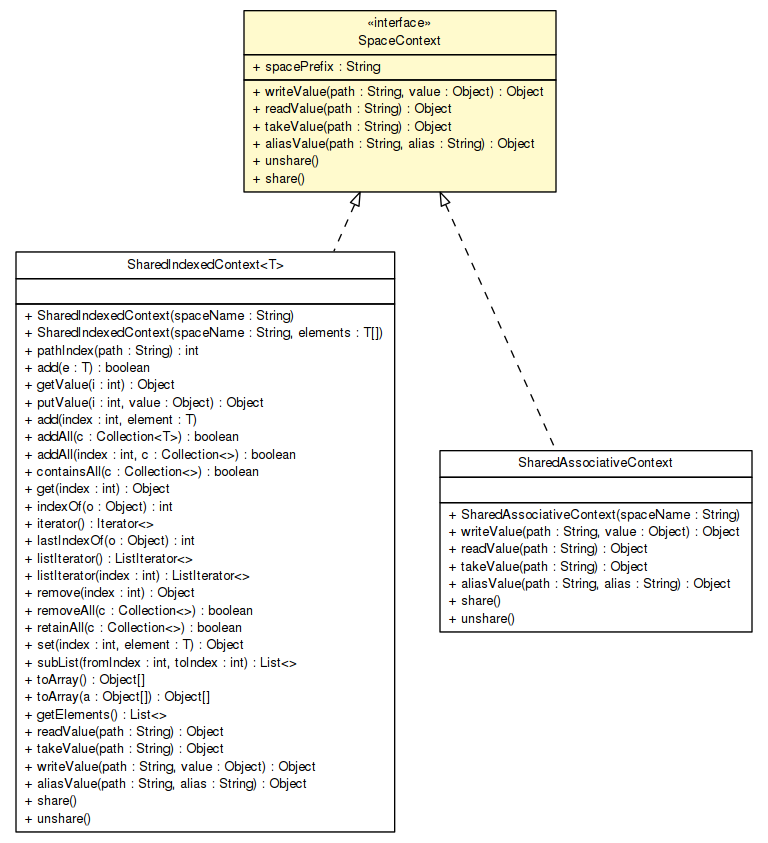
The Graphviz diagram apidocs/sorcer/service/SpaceContext.png in sorcersoft/sorcersoft.github.io, before a commit. Its source is kept beside it as apidocs/sorcer/service/SpaceContext.dot.
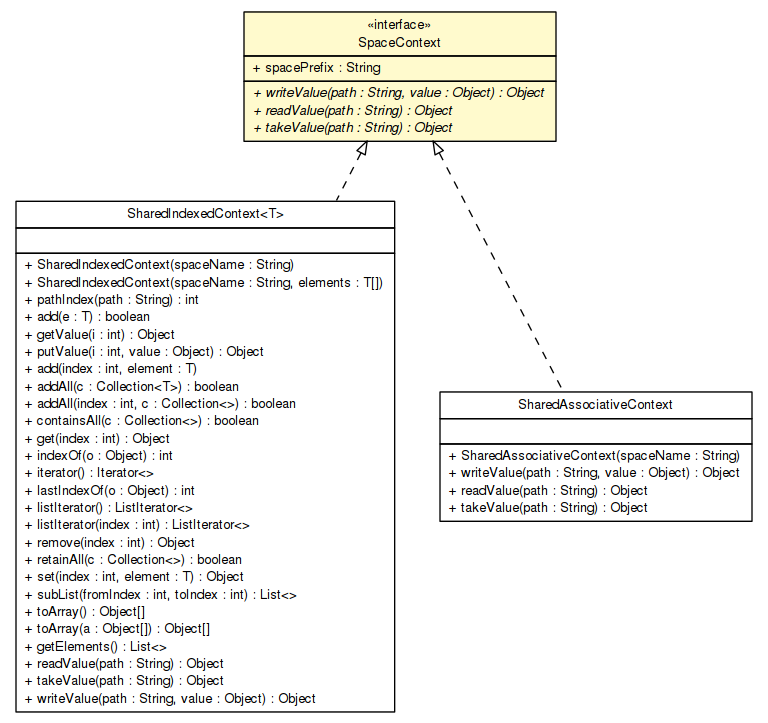
After the change.

Change to the diagram source:
```diff
@@ -4,24 +4,7 @@
 	node [fontname="Helvetica",fontsize=10,shape=plaintext];
 	nodesep=0.25;
 	ranksep=0.5;
-	c531990 [label=<<table title="sorcer.service.SpaceContext" border="0" cellborder="1" cellspacing="0" cellpadding="2" port="p" bgcolor="lemonChiffon" href="./SpaceContext.html">
-		<tr><td><table border="0" cellspacing="0" cellpadding="1">
-<tr><td align="center" balign="center"> &#171;interface&#187; </td></tr>
-<tr><td align="center" balign="center"> SpaceContext </td></tr>
-		</table></td></tr>
-		<tr><td><table border="0" cellspacing="0" cellpadding="1">
-<tr><td align="left" balign="left"> + spacePrefix : String </td></tr>
-		</table></td></tr>
-		<tr><td><table border="0" cellspacing="0" cellpadding="1">
-<tr><td align="left" balign="left"> + writeValue(path : String, value : Object) : Object </td></tr>
-<tr><td align="left" balign="left"> + readValue(path : String) : Object </td></tr>
-<tr><td align="left" balign="left"> + takeValue(path : String) : Object </td></tr>
-<tr><td align="left" balign="left"> + aliasValue(path : String, alias : String) : Object </td></tr>
-<tr><td align="left" balign="left"> + unshare() </td></tr>
-<tr><td align="left" balign="left"> + share() </td></tr>
-		</table></td></tr>
-		</table>>, URL="./SpaceContext.html", fontname="Helvetica", fontcolor="black", fontsize=10.0];
-	c532059 [label=<<table title="sorcer.core.context.SharedIndexedContext" border="0" cellborder="1" cellspacing="0" cellpadding="2" port="p" href="../core/context/SharedIndexedContext.html">
+	c572121 [label=<<table title="sorcer.core.context.SharedIndexedContext" border="0" cellborder="1" cellspacing="0" cellpadding="2" port="p" href="../core/context/SharedIndexedContext.html">
 		<tr><td><table border="0" cellspacing="0" cellpadding="1">
 <tr><td align="center" balign="center"> SharedIndexedContext&lt;T&gt; </td></tr>
 		</table></td></tr>
@@ -46,7 +29,6 @@
 <tr><td align="left" balign="left"> + listIterator() : ListIterator&lt;&gt; </td></tr>
 <tr><td align="left" balign="left"> + listIterator(index : int) : ListIterator&lt;&gt; </td></tr>
 <tr><td align="left" balign="left"> + remove(index : int) : Object </td></tr>
-<tr><td align="left" balign="left"> + removeAll(c : Collection&lt;&gt;) : boolean </td></tr>
 <tr><td align="left" balign="left"> + retainAll(c : Collection&lt;&gt;) : boolean </td></tr>
 <tr><td align="left" balign="left"> + set(index : int, element : T) : Object </td></tr>
 <tr><td align="left" balign="left"> + subList(fromIndex : int, toIndex : int) : List&lt;&gt; </td></tr>
@@ -56,12 +38,9 @@
 <tr><td align="left" balign="left"> + readValue(path : String) : Object </td></tr>
 <tr><td align="left" balign="left"> + takeValue(path : String) : Object </td></tr>
 <tr><td align="left" balign="left"> + writeValue(path : String, value : Object) : Object </td></tr>
-<tr><td align="left" balign="left"> + aliasValue(path : String, alias : String) : Object </td></tr>
-<tr><td align="left" balign="left"> + share() </td></tr>
-<tr><td align="left" balign="left"> + unshare() </td></tr>
 		</table></td></tr>
 		</table>>, URL="../core/context/SharedIndexedContext.html", fontname="Helvetica", fontcolor="black", fontsize=10.0];
-	c532061 [label=<<table title="sorcer.core.context.SharedAssociativeContext" border="0" cellborder="1" cellspacing="0" cellpadding="2" port="p" href="../core/context/SharedAssociativeContext.html">
+	c572127 [label=<<table title="sorcer.core.context.SharedAssociativeContext" border="0" cellborder="1" cellspacing="0" cellpadding="2" port="p" href="../core/context/SharedAssociativeContext.html">
 		<tr><td><table border="0" cellspacing="0" cellpadding="1">
 <tr><td align="center" balign="center"> SharedAssociativeContext </td></tr>
 		</table></td></tr>
@@ -73,11 +52,22 @@
 <tr><td align="left" balign="left"> + writeValue(path : String, value : Object) : Object </td></tr>
 <tr><td align="left" balign="left"> + readValue(path : String) : Object </td></tr>
 <tr><td align="left" balign="left"> + takeValue(path : String) : Object </td></tr>
-<tr><td align="left" balign="left"> + aliasValue(path : String, alias : String) : Object </td></tr>
-<tr><td align="left" balign="left"> + share() </td></tr>
-<tr><td align="left" balign="left"> + unshare() </td></tr>
 		</table></td></tr>
 		</table>>, URL="../core/context/SharedAssociativeContext.html", fontname="Helvetica", fontcolor="black", fontsize=10.0];
-	c531990:p -> c532059:p [dir=back,arrowtail=empty,style=dashed];
-	c531990:p -> c532061:p [dir=back,arrowtail=empty,style=dashed];
+	c572232 [label=<<table title="sorcer.service.SpaceContext" border="0" cellborder="1" cellspacing="0" cellpadding="2" port="p" bgcolor="lemonChiffon" href="./SpaceContext.html">
+		<tr><td><table border="0" cellspacing="0" cellpadding="1">
+<tr><td align="center" balign="center"> &#171;interface&#187; </td></tr>
+<tr><td align="center" balign="center"> SpaceContext </td></tr>
+		</table></td></tr>
+		<tr><td><table border="0" cellspacing="0" cellpadding="1">
+<tr><td align="left" balign="left"> + spacePrefix : String </td></tr>
+		</table></td></tr>
+		<tr><td><table border="0" cellspacing="0" cellpadding="1">
+<tr><td align="left" balign="left"><font face="Helvetica-Oblique" point-size="10.0"> + writeValue(path : String, value : Object) : Object </font></td></tr>
+<tr><td align="left" balign="left"><font face="Helvetica-Oblique" point-size="10.0"> + readValue(path : String) : Object </font></td></tr>
+<tr><td align="left" balign="left"><font face="Helvetica-Oblique" point-size="10.0"> + takeValue(path : String) : Object </font></td></tr>
+		</table></td></tr>
+		</table>>, URL="./SpaceContext.html", fontname="Helvetica", fontcolor="black", fontsize=10.0];
+	c572232:p -> c572121:p [dir=back,arrowtail=empty,style=dashed];
+	c572232:p -> c572127:p [dir=back,arrowtail=empty,style=dashed];
 }
```
